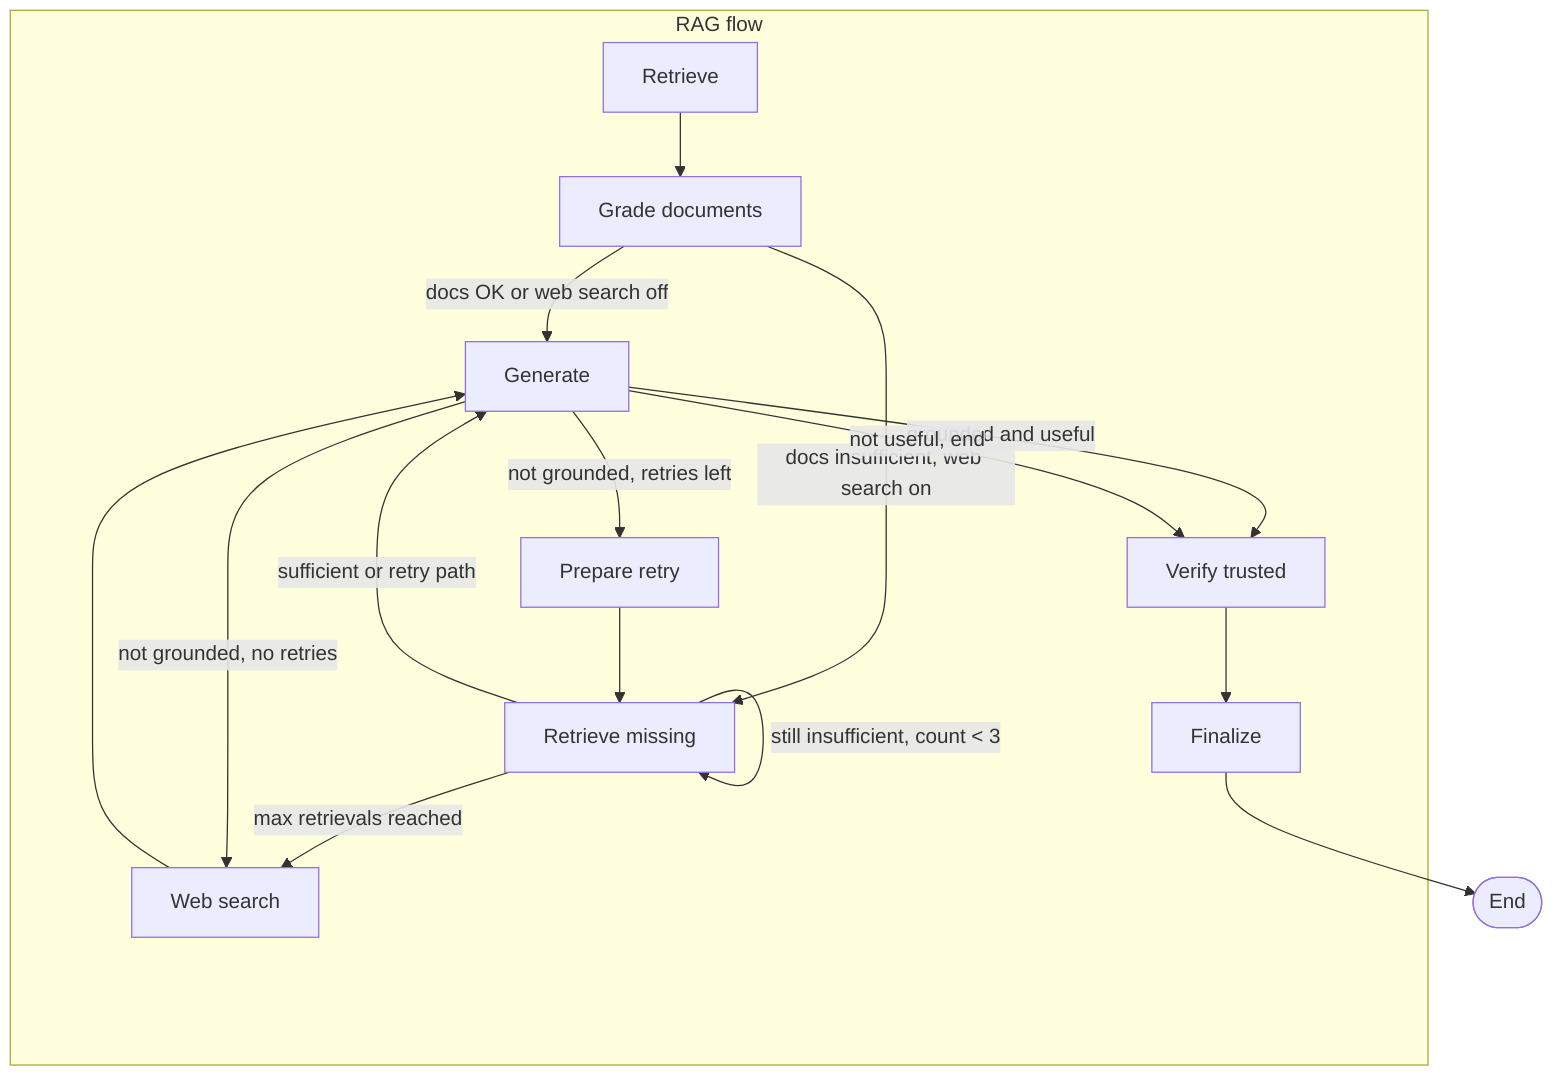
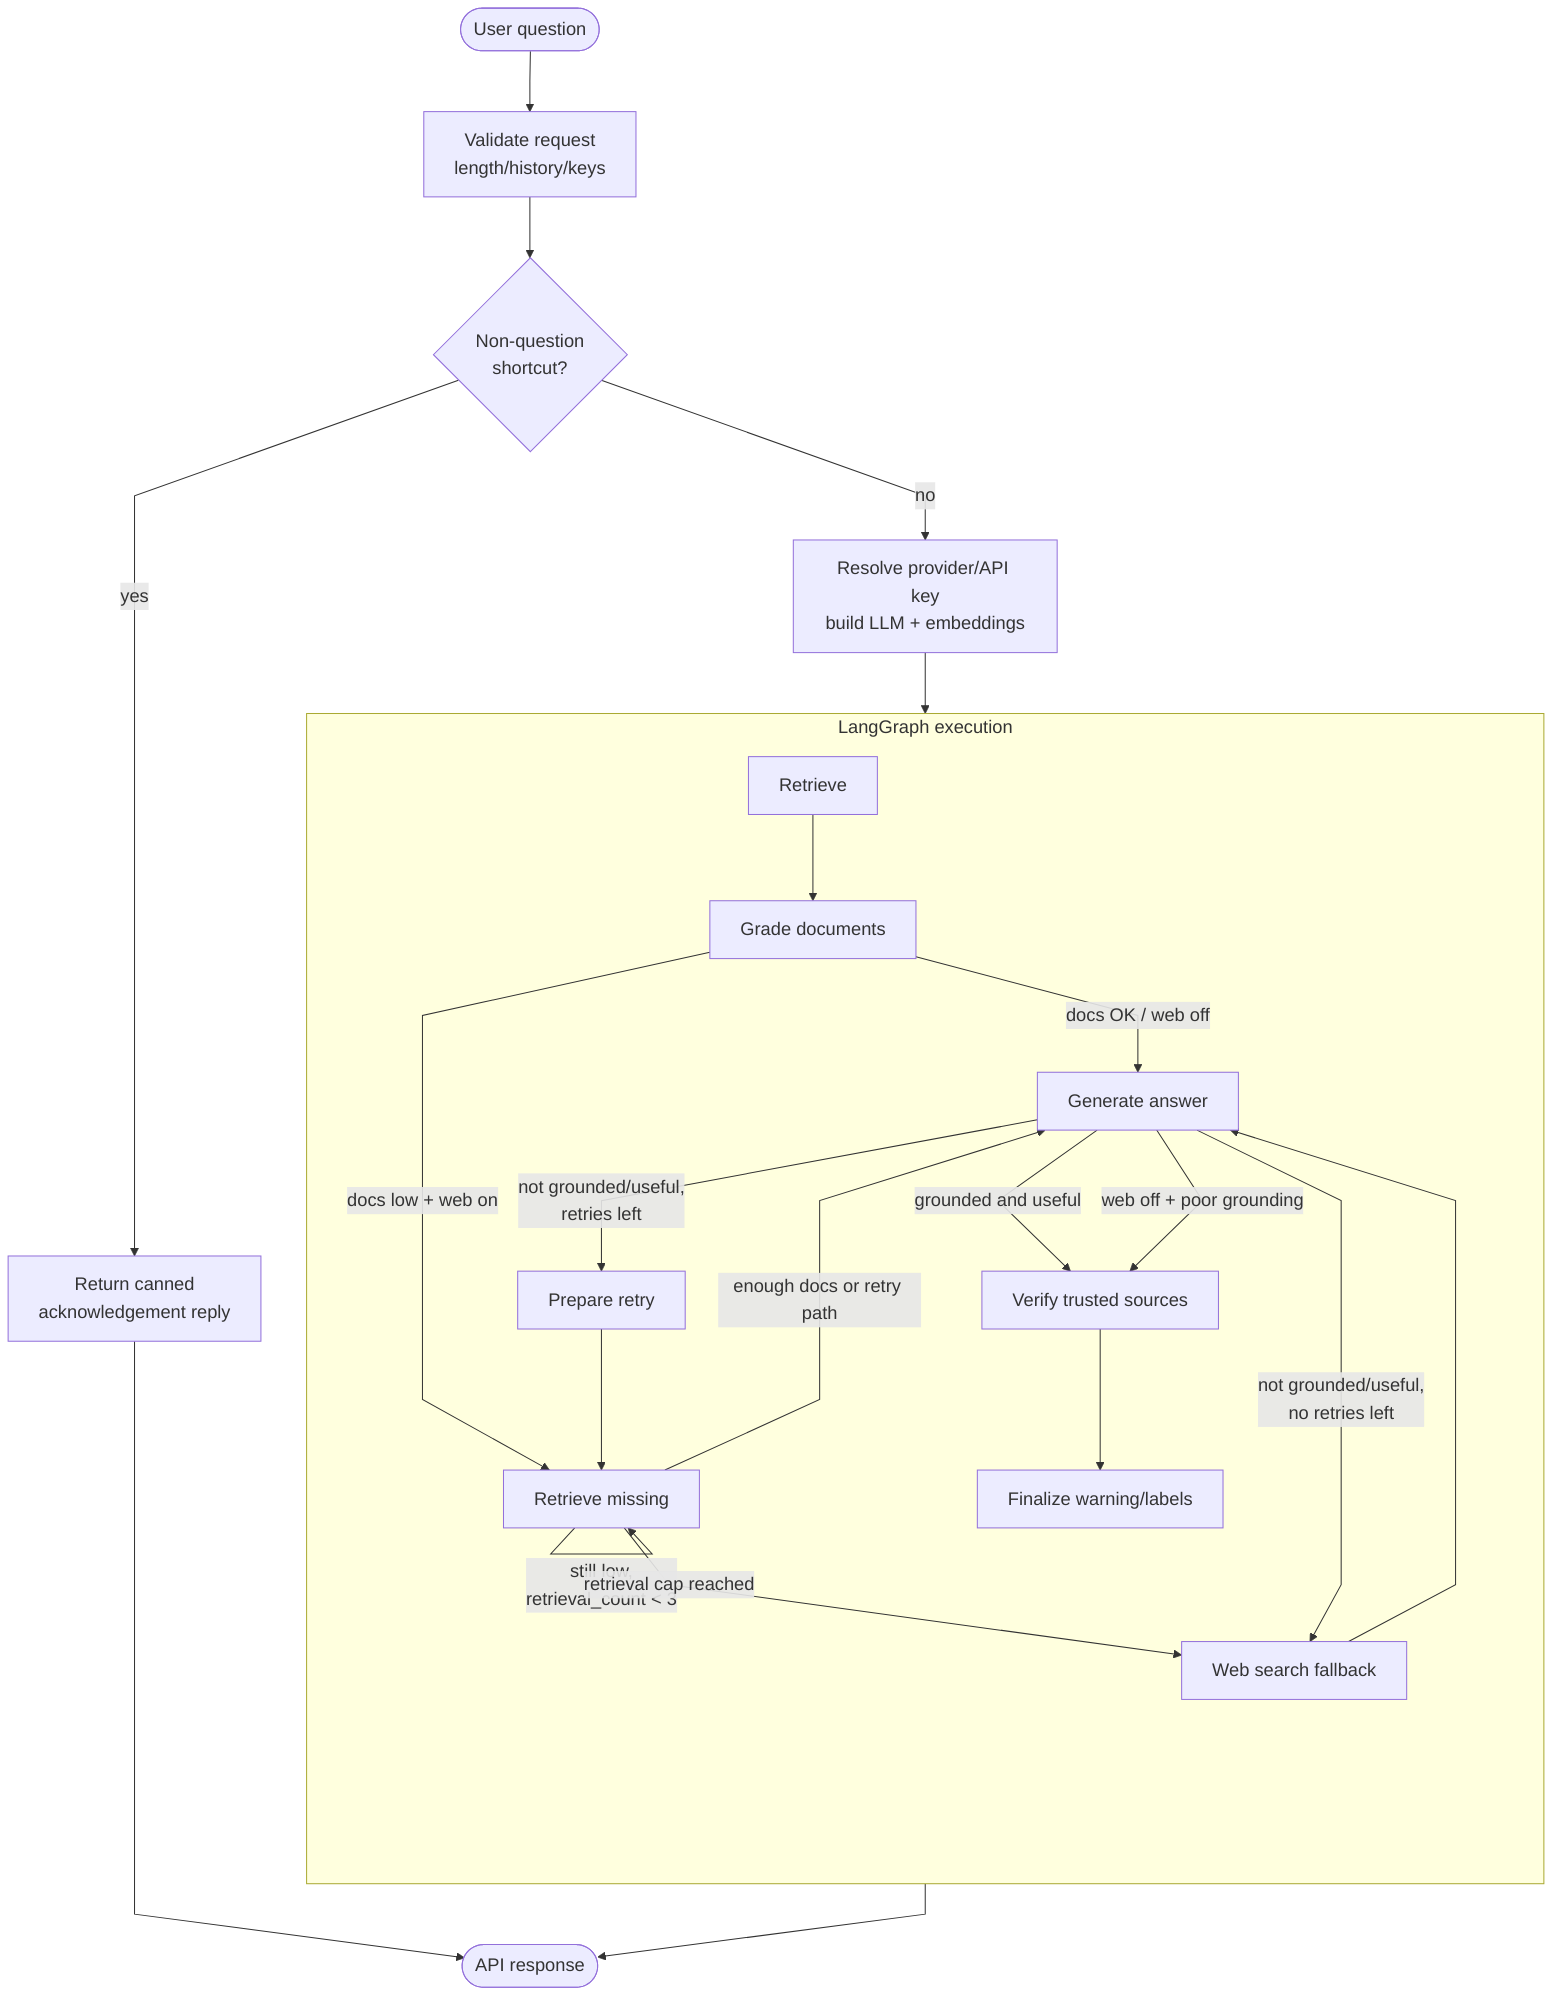
+ %%{init: {'theme': 'default', 'flowchart': {'curve': 'linear', 'nodeSpacing': 45, 'rankSpacing': 60}, 'themeVariables': {'fontSize': '18px'}}}%%
flowchart TB
-     subgraph main [RAG flow]
+     USER([User question]) --> VALIDATE[Validate request\nlength/history/keys]
+     VALIDATE --> NONQ{Non-question\nshortcut?}
+     NONQ -->|yes| QUICK_REPLY[Return canned\nacknowledgement reply]
+     NONQ -->|no| MODEL[Resolve provider/API key\nbuild LLM + embeddings]
+ 
+     subgraph GRAPH [LangGraph execution]
+         direction TB
        RETRIEVE[Retrieve]
        GRADE[Grade documents]
        RETRIEVE_MISSING[Retrieve missing]
-         WEB_SEARCH[Web search]
-         GENERATE[Generate]
+         WEB_SEARCH[Web search fallback]
+         GENERATE[Generate answer]
        PREPARE_RETRY[Prepare retry]
-         VERIFY[Verify trusted]
-         FINALIZE[Finalize]
+         VERIFY[Verify trusted sources]
+         FINALIZE[Finalize warning/labels]
    end

+     MODEL --> RETRIEVE
    RETRIEVE --> GRADE
-     GRADE -->|"docs OK or web search off"| GENERATE
-     GRADE -->|"docs insufficient, web search on"| RETRIEVE_MISSING
-     RETRIEVE_MISSING -->|"sufficient or retry path"| GENERATE
-     RETRIEVE_MISSING -->|"still insufficient, count < 3"| RETRIEVE_MISSING
-     RETRIEVE_MISSING -->|"max retrievals reached"| WEB_SEARCH
+     GRADE -->|"docs OK / web off"| GENERATE
+     GRADE -->|"docs low + web on"| RETRIEVE_MISSING
+     RETRIEVE_MISSING -->|"enough docs or retry path"| GENERATE
+     RETRIEVE_MISSING -->|"still low,\nretrieval_count < 3"| RETRIEVE_MISSING
+     RETRIEVE_MISSING -->|"retrieval cap reached"| WEB_SEARCH
    WEB_SEARCH --> GENERATE
    GENERATE -->|"grounded and useful"| VERIFY
-     GENERATE -->|"not grounded, retries left"| PREPARE_RETRY
-     GENERATE -->|"not grounded, no retries"| WEB_SEARCH
-     GENERATE -->|"not useful, end"| VERIFY
+     GENERATE -->|"not grounded/useful,\nretries left"| PREPARE_RETRY
+     GENERATE -->|"not grounded/useful,\nno retries left"| WEB_SEARCH
+     GENERATE -->|"web off + poor grounding"| VERIFY
    PREPARE_RETRY --> RETRIEVE_MISSING
    VERIFY --> FINALIZE
-     FINALIZE --> EndNode([End])
+ 
+     QUICK_REPLY --> RESPONSE([API response])
+     FINALIZE --> RESPONSE
